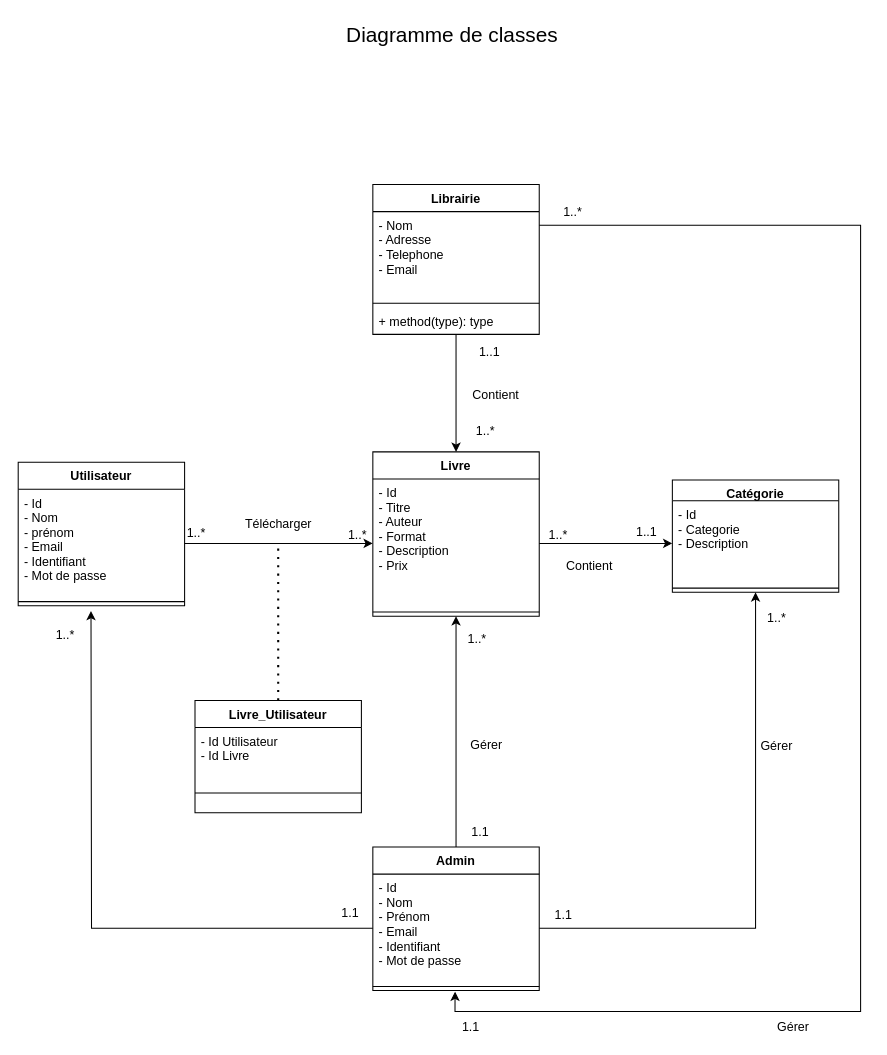
Before: page "Diagramme de classe" (7 of 18) of Untitled Diagram.drawio in keidy001/virtual-biblio, a draw.io diagram. Source tidied: cells renumbered, new cells numbered last; positions are measured from the earlier drawing's top-left corner, leaving out a move shared by most shapes. Both pictures are drawn from the tidied source at 104%, with x=0, y=0 at pixel (18, 18).
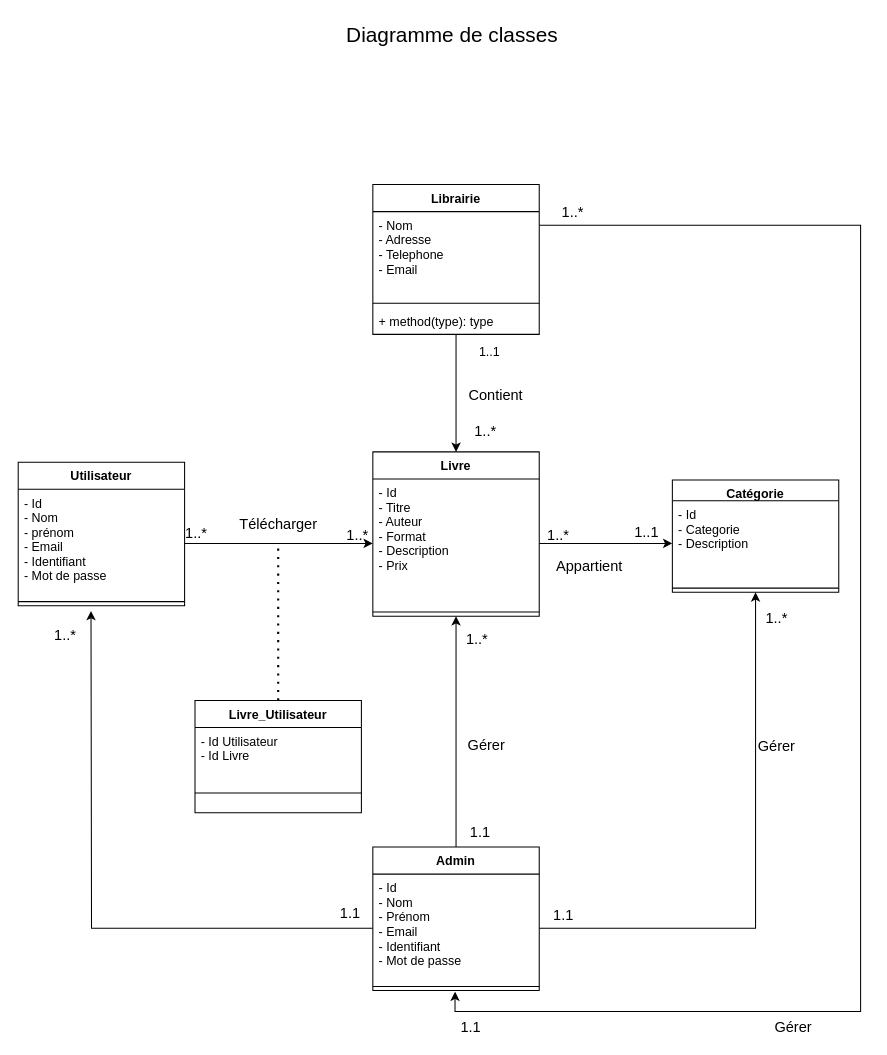
The same page after the edit.

The edit, as a diff of the source:
```diff
@@
-    <mxCell id="12" value="1..*" style="text;html=1;align=center;verticalAlign=middle;strokeColor=none;fillColor=none;" parent="1" vertex="1">
-      <mxGeometry x="311" y="487" width="30" height="20" as="geometry" />
+    <mxCell id="12" value="&lt;font style=&quot;font-size: 14px&quot;&gt;1..*&lt;/font&gt;" style="text;html=1;align=center;verticalAlign=middle;strokeColor=none;fillColor=none;" parent="1" vertex="1">
+      <mxGeometry x="306" y="487" width="40" height="20" as="geometry" />
     </mxCell>
@@
-    <mxCell id="16" value="Gérer" style="text;html=1;align=center;verticalAlign=middle;strokeColor=none;fillColor=none;" parent="1" vertex="1">
+    <mxCell id="16" value="&lt;font style=&quot;font-size: 14px&quot;&gt;Gérer&lt;/font&gt;" style="text;html=1;align=center;verticalAlign=middle;strokeColor=none;fillColor=none;" parent="1" vertex="1">
       <mxGeometry x="425" y="689" width="50" height="20" as="geometry" />
     </mxCell>
-    <mxCell id="17" value="1..*" style="text;html=1;align=center;verticalAlign=middle;strokeColor=none;fillColor=none;" parent="1" vertex="1">
-      <mxGeometry x="426" y="587" width="30" height="20" as="geometry" />
+    <mxCell id="17" value="&lt;font style=&quot;font-size: 14px&quot;&gt;1..*&lt;/font&gt;" style="text;html=1;align=center;verticalAlign=middle;strokeColor=none;fillColor=none;" parent="1" vertex="1">
+      <mxGeometry x="421" y="587" width="40" height="20" as="geometry" />
     </mxCell>
-    <mxCell id="18" value="1.1" style="text;html=1;align=center;verticalAlign=middle;strokeColor=none;fillColor=none;" parent="1" vertex="1">
+    <mxCell id="18" value="&lt;font style=&quot;font-size: 14px&quot;&gt;1.1&lt;/font&gt;" style="text;html=1;align=center;verticalAlign=middle;strokeColor=none;fillColor=none;" parent="1" vertex="1">
       <mxGeometry x="429" y="773" width="30" height="20" as="geometry" />
     </mxCell>
@@
-    <mxCell id="23" value="1..*" style="text;html=1;align=center;verticalAlign=middle;strokeColor=none;fillColor=none;" parent="1" vertex="1">
-      <mxGeometry x="504" y="487" width="30" height="20" as="geometry" />
+    <mxCell id="23" value="&lt;font style=&quot;font-size: 14px&quot;&gt;1..*&lt;/font&gt;" style="text;html=1;align=center;verticalAlign=middle;strokeColor=none;fillColor=none;" parent="1" vertex="1">
+      <mxGeometry x="499" y="487" width="40" height="20" as="geometry" />
     </mxCell>
-    <mxCell id="24" value="1..1" style="text;html=1;align=center;verticalAlign=middle;strokeColor=none;fillColor=none;" parent="1" vertex="1">
+    <mxCell id="24" value="&lt;font style=&quot;font-size: 14px&quot;&gt;1..1&lt;/font&gt;" style="text;html=1;align=center;verticalAlign=middle;strokeColor=none;fillColor=none;" parent="1" vertex="1">
       <mxGeometry x="584" y="484" width="40" height="20" as="geometry" />
     </mxCell>
-    <mxCell id="25" value="Contient" style="text;html=1;align=center;verticalAlign=middle;strokeColor=none;fillColor=none;" parent="1" vertex="1">
-      <mxGeometry x="519" y="517" width="60" height="20" as="geometry" />
+    <mxCell id="25" value="&lt;font style=&quot;font-size: 14px&quot;&gt;Appartient&lt;/font&gt;" style="text;html=1;align=center;verticalAlign=middle;strokeColor=none;fillColor=none;" parent="1" vertex="1">
+      <mxGeometry x="509" y="517" width="80" height="20" as="geometry" />
     </mxCell>
@@
-    <mxCell id="28" value="Télécharger" style="text;html=1;align=center;verticalAlign=middle;strokeColor=none;fillColor=none;" parent="1" vertex="1">
-      <mxGeometry x="210" y="477" width="80" height="20" as="geometry" />
+    <mxCell id="28" value="&lt;font style=&quot;font-size: 14px&quot;&gt;Télécharger&lt;/font&gt;" style="text;html=1;align=center;verticalAlign=middle;strokeColor=none;fillColor=none;" parent="1" vertex="1">
+      <mxGeometry x="205" y="477" width="90" height="20" as="geometry" />
     </mxCell>
-    <mxCell id="29" value="1..*" style="text;html=1;align=center;verticalAlign=middle;strokeColor=none;fillColor=none;" parent="1" vertex="1">
-      <mxGeometry x="156" y="485" width="30" height="20" as="geometry" />
+    <mxCell id="29" value="&lt;font style=&quot;font-size: 14px&quot;&gt;1..*&lt;/font&gt;" style="text;html=1;align=center;verticalAlign=middle;strokeColor=none;fillColor=none;" parent="1" vertex="1">
+      <mxGeometry x="151" y="485" width="40" height="20" as="geometry" />
     </mxCell>
@@
-    <mxCell id="33" value="1..*" style="text;html=1;align=center;verticalAlign=middle;strokeColor=none;fillColor=none;" parent="1" vertex="1">
-      <mxGeometry x="714" y="567" width="30" height="20" as="geometry" />
+    <mxCell id="33" value="&lt;font style=&quot;font-size: 14px&quot;&gt;1..*&lt;/font&gt;" style="text;html=1;align=center;verticalAlign=middle;strokeColor=none;fillColor=none;" parent="1" vertex="1">
+      <mxGeometry x="709" y="567" width="40" height="20" as="geometry" />
     </mxCell>
-    <mxCell id="34" value="Gérer" style="text;html=1;align=center;verticalAlign=middle;strokeColor=none;fillColor=none;" parent="1" vertex="1">
+    <mxCell id="34" value="&lt;font style=&quot;font-size: 14px&quot;&gt;Gérer&lt;/font&gt;" style="text;html=1;align=center;verticalAlign=middle;strokeColor=none;fillColor=none;" parent="1" vertex="1">
       <mxGeometry x="704" y="690" width="50" height="20" as="geometry" />
     </mxCell>
-    <mxCell id="35" value="1.1" style="text;html=1;align=center;verticalAlign=middle;strokeColor=none;fillColor=none;" parent="1" vertex="1">
+    <mxCell id="35" value="&lt;font style=&quot;font-size: 14px&quot;&gt;1.1&lt;/font&gt;" style="text;html=1;align=center;verticalAlign=middle;strokeColor=none;fillColor=none;" parent="1" vertex="1">
       <mxGeometry x="509" y="853" width="30" height="20" as="geometry" />
     </mxCell>
-    <mxCell id="36" value="1.1" style="text;html=1;align=center;verticalAlign=middle;strokeColor=none;fillColor=none;" parent="1" vertex="1">
+    <mxCell id="36" value="&lt;font style=&quot;font-size: 14px&quot;&gt;1.1&lt;/font&gt;" style="text;html=1;align=center;verticalAlign=middle;strokeColor=none;fillColor=none;" parent="1" vertex="1">
       <mxGeometry x="304" y="851" width="30" height="20" as="geometry" />
     </mxCell>
-    <mxCell id="37" value="1..*" style="text;html=1;align=center;verticalAlign=middle;strokeColor=none;fillColor=none;" parent="1" vertex="1">
-      <mxGeometry x="30" y="583" width="30" height="20" as="geometry" />
+    <mxCell id="37" value="&lt;font style=&quot;font-size: 14px&quot;&gt;1..*&lt;/font&gt;" style="text;html=1;align=center;verticalAlign=middle;strokeColor=none;fillColor=none;" parent="1" vertex="1">
+      <mxGeometry x="25" y="583" width="40" height="20" as="geometry" />
     </mxCell>
@@
-    <mxCell id="43" value="Contient" style="text;html=1;align=center;verticalAlign=middle;strokeColor=none;fillColor=none;" parent="1" vertex="1">
-      <mxGeometry x="429" y="353" width="60" height="20" as="geometry" />
+    <mxCell id="43" value="&lt;font style=&quot;font-size: 14px&quot;&gt;Contient&lt;/font&gt;" style="text;html=1;align=center;verticalAlign=middle;strokeColor=none;fillColor=none;" parent="1" vertex="1">
+      <mxGeometry x="424" y="353" width="70" height="20" as="geometry" />
     </mxCell>
-    <mxCell id="44" value="1..*" style="text;html=1;align=center;verticalAlign=middle;strokeColor=none;fillColor=none;" parent="1" vertex="1">
-      <mxGeometry x="434" y="387" width="30" height="20" as="geometry" />
+    <mxCell id="44" value="&lt;font style=&quot;font-size: 14px&quot;&gt;1..*&lt;/font&gt;" style="text;html=1;align=center;verticalAlign=middle;strokeColor=none;fillColor=none;" parent="1" vertex="1">
+      <mxGeometry x="429" y="387" width="40" height="20" as="geometry" />
     </mxCell>
@@
-    <mxCell id="47" value="1..*" style="text;html=1;align=center;verticalAlign=middle;strokeColor=none;fillColor=none;" parent="1" vertex="1">
-      <mxGeometry x="518" y="177" width="30" height="20" as="geometry" />
+    <mxCell id="47" value="&lt;font style=&quot;font-size: 14px&quot;&gt;1..*&lt;/font&gt;" style="text;html=1;align=center;verticalAlign=middle;strokeColor=none;fillColor=none;" parent="1" vertex="1">
+      <mxGeometry x="513" y="177" width="40" height="20" as="geometry" />
     </mxCell>
-    <mxCell id="48" value="1.1" style="text;html=1;align=center;verticalAlign=middle;strokeColor=none;fillColor=none;" parent="1" vertex="1">
+    <mxCell id="48" value="&lt;font style=&quot;font-size: 14px&quot;&gt;1.1&lt;/font&gt;" style="text;html=1;align=center;verticalAlign=middle;strokeColor=none;fillColor=none;" parent="1" vertex="1">
       <mxGeometry x="420" y="960" width="30" height="20" as="geometry" />
     </mxCell>
-    <mxCell id="49" value="Gérer" style="text;html=1;align=center;verticalAlign=middle;strokeColor=none;fillColor=none;" parent="1" vertex="1">
+    <mxCell id="49" value="&lt;font style=&quot;font-size: 14px&quot;&gt;Gérer&lt;/font&gt;" style="text;html=1;align=center;verticalAlign=middle;strokeColor=none;fillColor=none;" parent="1" vertex="1">
       <mxGeometry x="720" y="960" width="50" height="20" as="geometry" />
     </mxCell>
```
